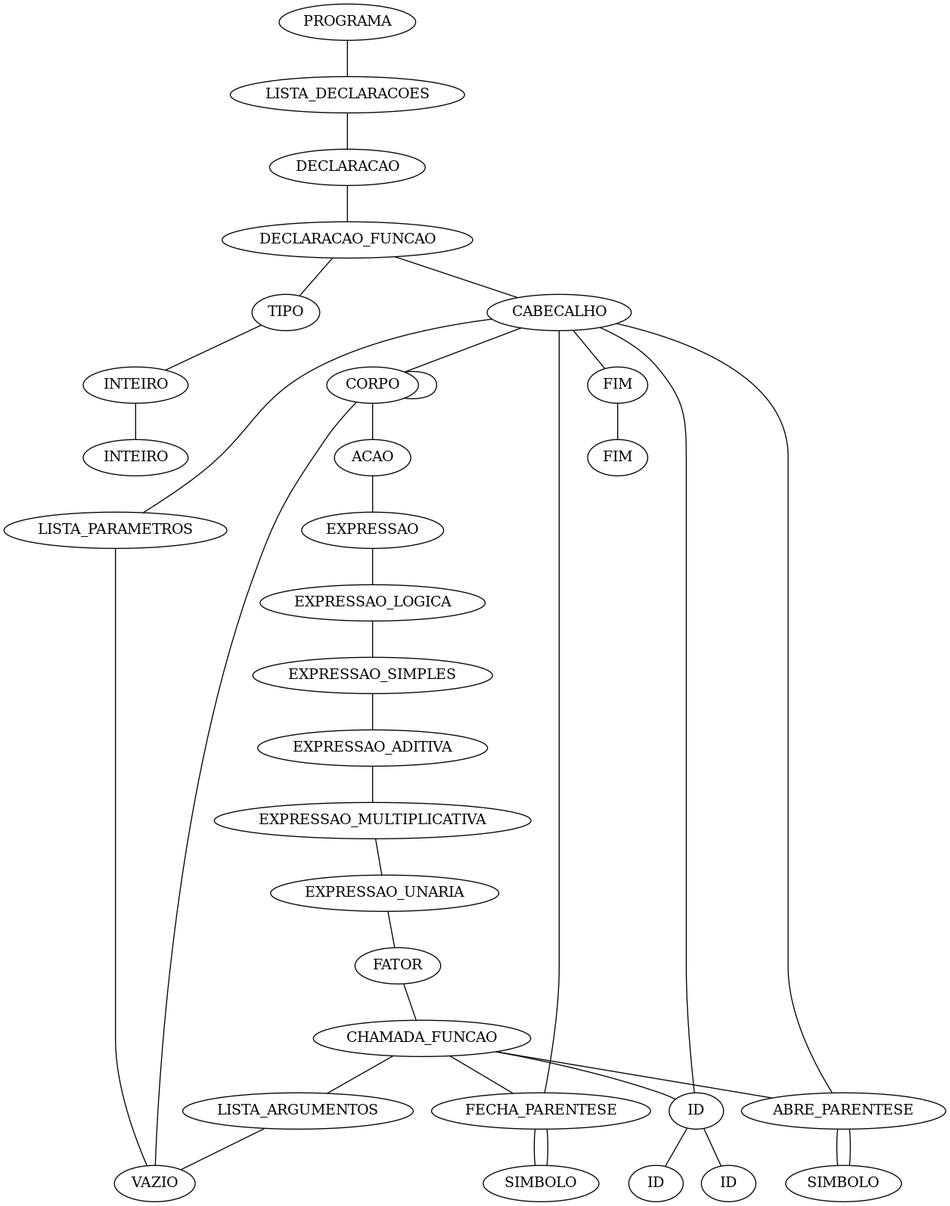
Before: semantica-testes/sema-003.tpp.ast2.png, a diagram exported from Graphviz (CaioCintra/CompiladorTpp). Its source is kept beside it as semantica-testes/sema-003.tpp.unique.ast.dot.
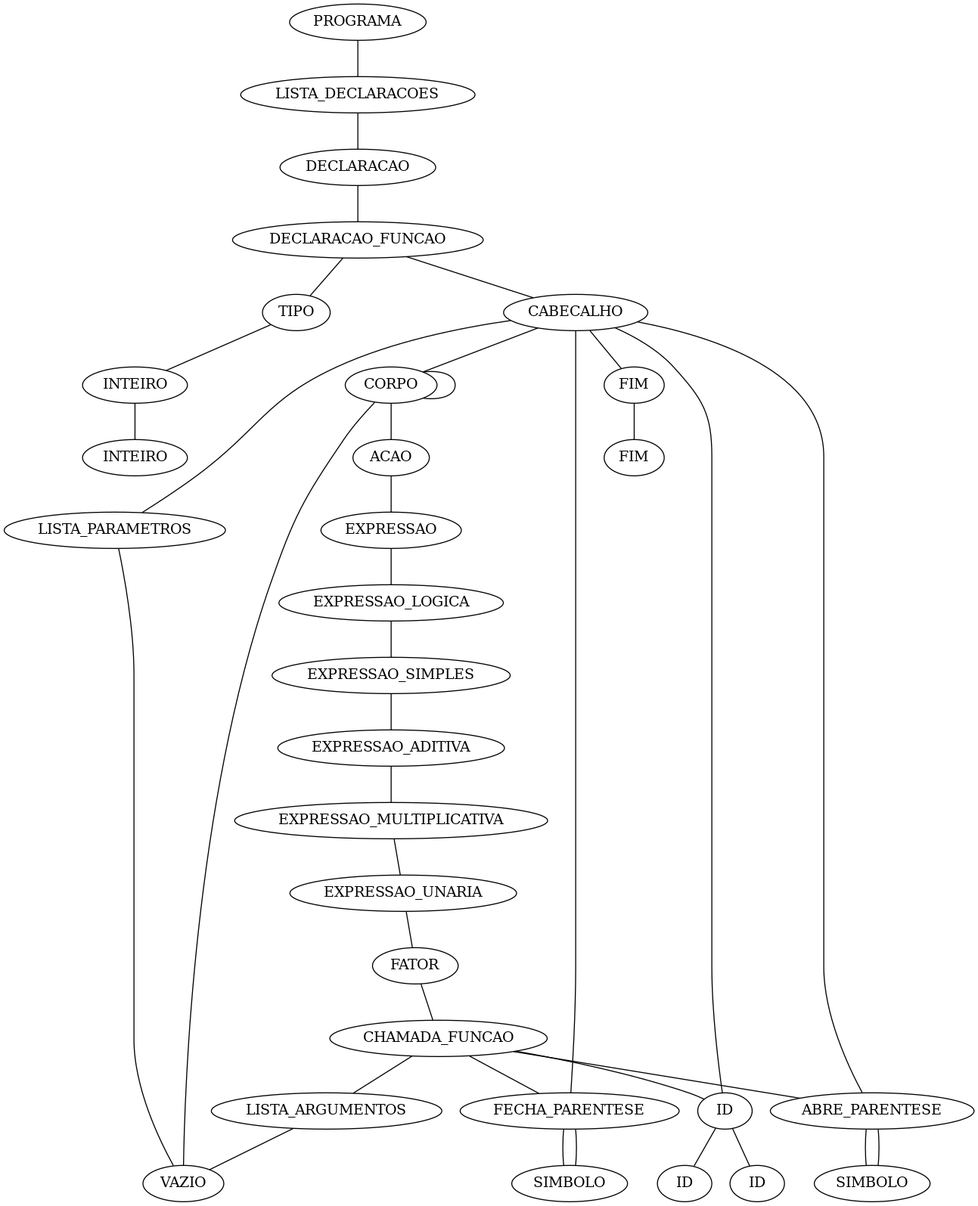
Later version of the same file.

The edit, as a diff of the source:
```diff
@@ -1,77 +1,77 @@
 digraph tree {
-    "0x7f0258f43ca0" [label="programa"];
-    "0x7f0258f43cd0" [label="lista_declaracoes"];
-    "0x7f0258f43d30" [label="declaracao"];
-    "0x7f0258f43d90" [label="declaracao_funcao"];
-    "0x7f0258f43910" [label="tipo"];
-    "0x7f0258f43ee0" [label="INTEIRO"];
-    "0x7f0258f43eb0" [label="inteiro"];
-    "0x7f0258f43df0" [label="cabecalho"];
-    "0x7f0258f720d0" [label="ID"];
-    "0x7f0258f72070" [label="principal"];
-    "0x7f0258f721f0" [label="ABRE_PARENTESE"];
-    "0x7f0258f725b0" [label="("];
-    "0x7f0258f43fa0" [label="lista_parametros"];
-    "0x7f0258f43a60" [label="vazio"];
-    "0x7f0258f725e0" [label="FECHA_PARENTESE"];
-    "0x7f0258f72610" [label=")"];
-    "0x7f0258f72190" [label="corpo"];
-    "0x7f0258f72100" [label="corpo"];
-    "0x7f0258f43b20" [label="vazio"];
-    "0x7f0258f72160" [label="acao"];
-    "0x7f0258f72040" [label="expressao"];
-    "0x7f0258f724c0" [label="expressao_logica"];
-    "0x7f0258f72310" [label="expressao_simples"];
-    "0x7f0258f720a0" [label="expressao_aditiva"];
-    "0x7f0258f72490" [label="expressao_multiplicativa"];
-    "0x7f0258f722b0" [label="expressao_unaria"];
-    "0x7f0258f72370" [label="fator"];
-    "0x7f0258f72130" [label="chamada_funcao"];
-    "0x7f0258f72220" [label="ID"];
-    "0x7f0258f723a0" [label="func"];
-    "0x7f0258f723d0" [label="ABRE_PARENTESE"];
-    "0x7f0258f72400" [label="("];
-    "0x7f0258f72280" [label="lista_argumentos"];
-    "0x7f0258f43fd0" [label="vazio"];
-    "0x7f0258f72430" [label="FECHA_PARENTESE"];
-    "0x7f0258f72460" [label=")"];
-    "0x7f0258f72640" [label="FIM"];
-    "0x7f0258f72670" [label="fim"];
-    "0x7f0258f43ca0" -> "0x7f0258f43cd0";
-    "0x7f0258f43cd0" -> "0x7f0258f43d30";
-    "0x7f0258f43d30" -> "0x7f0258f43d90";
-    "0x7f0258f43d90" -> "0x7f0258f43910";
-    "0x7f0258f43d90" -> "0x7f0258f43df0";
-    "0x7f0258f43910" -> "0x7f0258f43ee0";
-    "0x7f0258f43ee0" -> "0x7f0258f43eb0";
-    "0x7f0258f43df0" -> "0x7f0258f720d0";
-    "0x7f0258f43df0" -> "0x7f0258f721f0";
-    "0x7f0258f43df0" -> "0x7f0258f43fa0";
-    "0x7f0258f43df0" -> "0x7f0258f725e0";
-    "0x7f0258f43df0" -> "0x7f0258f72190";
-    "0x7f0258f43df0" -> "0x7f0258f72640";
-    "0x7f0258f720d0" -> "0x7f0258f72070";
-    "0x7f0258f721f0" -> "0x7f0258f725b0";
-    "0x7f0258f43fa0" -> "0x7f0258f43a60";
-    "0x7f0258f725e0" -> "0x7f0258f72610";
-    "0x7f0258f72190" -> "0x7f0258f72100";
-    "0x7f0258f72190" -> "0x7f0258f72160";
-    "0x7f0258f72100" -> "0x7f0258f43b20";
-    "0x7f0258f72160" -> "0x7f0258f72040";
-    "0x7f0258f72040" -> "0x7f0258f724c0";
-    "0x7f0258f724c0" -> "0x7f0258f72310";
-    "0x7f0258f72310" -> "0x7f0258f720a0";
-    "0x7f0258f720a0" -> "0x7f0258f72490";
-    "0x7f0258f72490" -> "0x7f0258f722b0";
-    "0x7f0258f722b0" -> "0x7f0258f72370";
-    "0x7f0258f72370" -> "0x7f0258f72130";
-    "0x7f0258f72130" -> "0x7f0258f72220";
-    "0x7f0258f72130" -> "0x7f0258f723d0";
-    "0x7f0258f72130" -> "0x7f0258f72280";
-    "0x7f0258f72130" -> "0x7f0258f72430";
-    "0x7f0258f72220" -> "0x7f0258f723a0";
-    "0x7f0258f723d0" -> "0x7f0258f72400";
-    "0x7f0258f72280" -> "0x7f0258f43fd0";
-    "0x7f0258f72430" -> "0x7f0258f72460";
-    "0x7f0258f72640" -> "0x7f0258f72670";
+    "0x7ffe794ebdf0" [label="programa"];
+    "0x7ffe794ebe20" [label="lista_declaracoes"];
+    "0x7ffe794eb670" [label="declaracao"];
+    "0x7ffe794eb550" [label="declaracao_funcao"];
+    "0x7ffe794eb4c0" [label="tipo"];
+    "0x7ffe794eb640" [label="INTEIRO"];
+    "0x7ffe794eb5b0" [label="inteiro"];
+    "0x7ffe794eb7f0" [label="cabecalho"];
+    "0x7ffe794eb790" [label="ID"];
+    "0x7ffe794eb910" [label="principal"];
+    "0x7ffe794ebcd0" [label="ABRE_PARENTESE"];
+    "0x7ffe794ebd00" [label="("];
+    "0x7ffe794eb700" [label="lista_parametros"];
+    "0x7ffe794eb1f0" [label="vazio"];
+    "0x7ffe794ebd30" [label="FECHA_PARENTESE"];
+    "0x7ffe794ebd60" [label=")"];
+    "0x7ffe794eb8b0" [label="corpo"];
+    "0x7ffe794eb820" [label="corpo"];
+    "0x7ffe794eb610" [label="vazio"];
+    "0x7ffe794eb880" [label="acao"];
+    "0x7ffe794eb760" [label="expressao"];
+    "0x7ffe794ebbe0" [label="expressao_logica"];
+    "0x7ffe794eba30" [label="expressao_simples"];
+    "0x7ffe794eb7c0" [label="expressao_aditiva"];
+    "0x7ffe794ebbb0" [label="expressao_multiplicativa"];
+    "0x7ffe794eb9d0" [label="expressao_unaria"];
+    "0x7ffe794eba90" [label="fator"];
+    "0x7ffe794eb850" [label="chamada_funcao"];
+    "0x7ffe794eb940" [label="ID"];
+    "0x7ffe794ebac0" [label="func"];
+    "0x7ffe794ebaf0" [label="ABRE_PARENTESE"];
+    "0x7ffe794ebb20" [label="("];
+    "0x7ffe794eb9a0" [label="lista_argumentos"];
+    "0x7ffe794eb730" [label="vazio"];
+    "0x7ffe794ebb50" [label="FECHA_PARENTESE"];
+    "0x7ffe794ebb80" [label=")"];
+    "0x7ffe794ebd90" [label="FIM"];
+    "0x7ffe794ebdc0" [label="fim"];
+    "0x7ffe794ebdf0" -> "0x7ffe794ebe20";
+    "0x7ffe794ebe20" -> "0x7ffe794eb670";
+    "0x7ffe794eb670" -> "0x7ffe794eb550";
+    "0x7ffe794eb550" -> "0x7ffe794eb4c0";
+    "0x7ffe794eb550" -> "0x7ffe794eb7f0";
+    "0x7ffe794eb4c0" -> "0x7ffe794eb640";
+    "0x7ffe794eb640" -> "0x7ffe794eb5b0";
+    "0x7ffe794eb7f0" -> "0x7ffe794eb790";
+    "0x7ffe794eb7f0" -> "0x7ffe794ebcd0";
+    "0x7ffe794eb7f0" -> "0x7ffe794eb700";
+    "0x7ffe794eb7f0" -> "0x7ffe794ebd30";
+    "0x7ffe794eb7f0" -> "0x7ffe794eb8b0";
+    "0x7ffe794eb7f0" -> "0x7ffe794ebd90";
+    "0x7ffe794eb790" -> "0x7ffe794eb910";
+    "0x7ffe794ebcd0" -> "0x7ffe794ebd00";
+    "0x7ffe794eb700" -> "0x7ffe794eb1f0";
+    "0x7ffe794ebd30" -> "0x7ffe794ebd60";
+    "0x7ffe794eb8b0" -> "0x7ffe794eb820";
+    "0x7ffe794eb8b0" -> "0x7ffe794eb880";
+    "0x7ffe794eb820" -> "0x7ffe794eb610";
+    "0x7ffe794eb880" -> "0x7ffe794eb760";
+    "0x7ffe794eb760" -> "0x7ffe794ebbe0";
+    "0x7ffe794ebbe0" -> "0x7ffe794eba30";
+    "0x7ffe794eba30" -> "0x7ffe794eb7c0";
+    "0x7ffe794eb7c0" -> "0x7ffe794ebbb0";
+    "0x7ffe794ebbb0" -> "0x7ffe794eb9d0";
+    "0x7ffe794eb9d0" -> "0x7ffe794eba90";
+    "0x7ffe794eba90" -> "0x7ffe794eb850";
+    "0x7ffe794eb850" -> "0x7ffe794eb940";
+    "0x7ffe794eb850" -> "0x7ffe794ebaf0";
+    "0x7ffe794eb850" -> "0x7ffe794eb9a0";
+    "0x7ffe794eb850" -> "0x7ffe794ebb50";
+    "0x7ffe794eb940" -> "0x7ffe794ebac0";
+    "0x7ffe794ebaf0" -> "0x7ffe794ebb20";
+    "0x7ffe794eb9a0" -> "0x7ffe794eb730";
+    "0x7ffe794ebb50" -> "0x7ffe794ebb80";
+    "0x7ffe794ebd90" -> "0x7ffe794ebdc0";
 }
```
